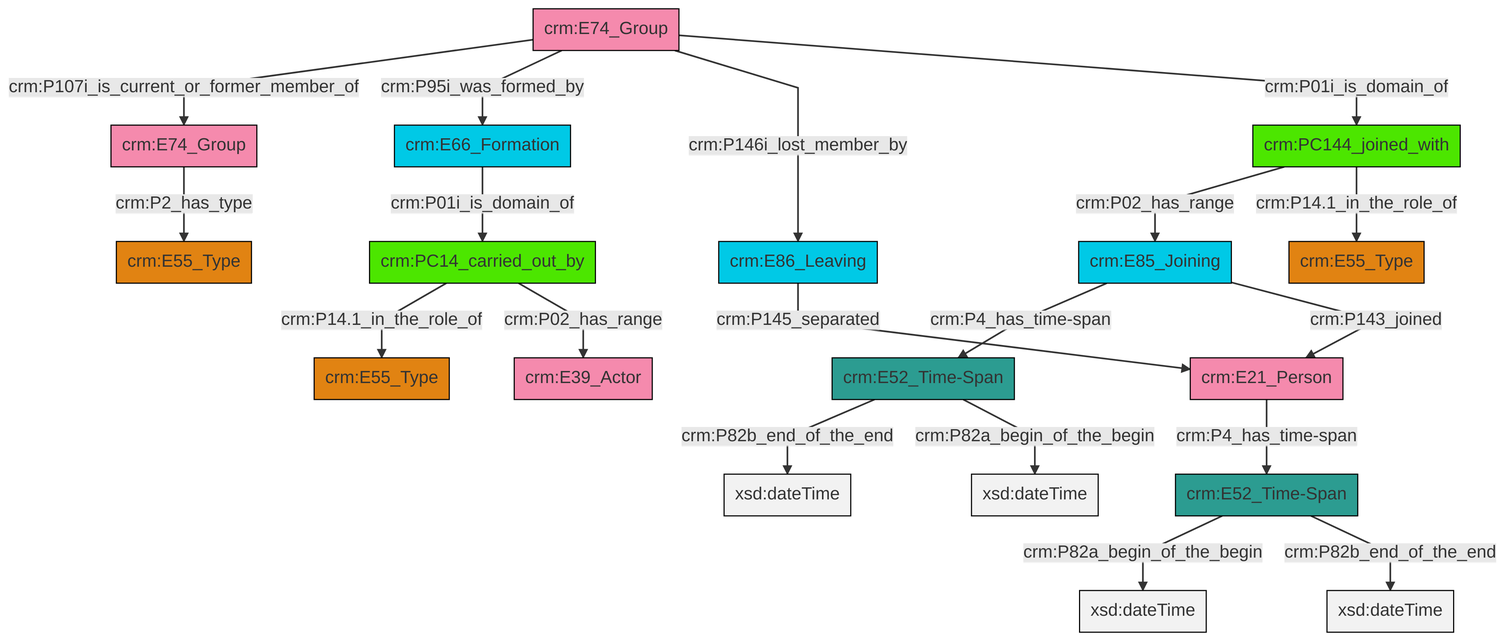
This is et/groupCSV/ttl/mmd/png/group_actor_relations.png from swiss-art-research-net/docs.swissartresearch, a Mermaid export, as it was before one commit. Its source is kept beside it as et/groupCSV/ttl/mmd/group_actor_relations.ttl.mmd.
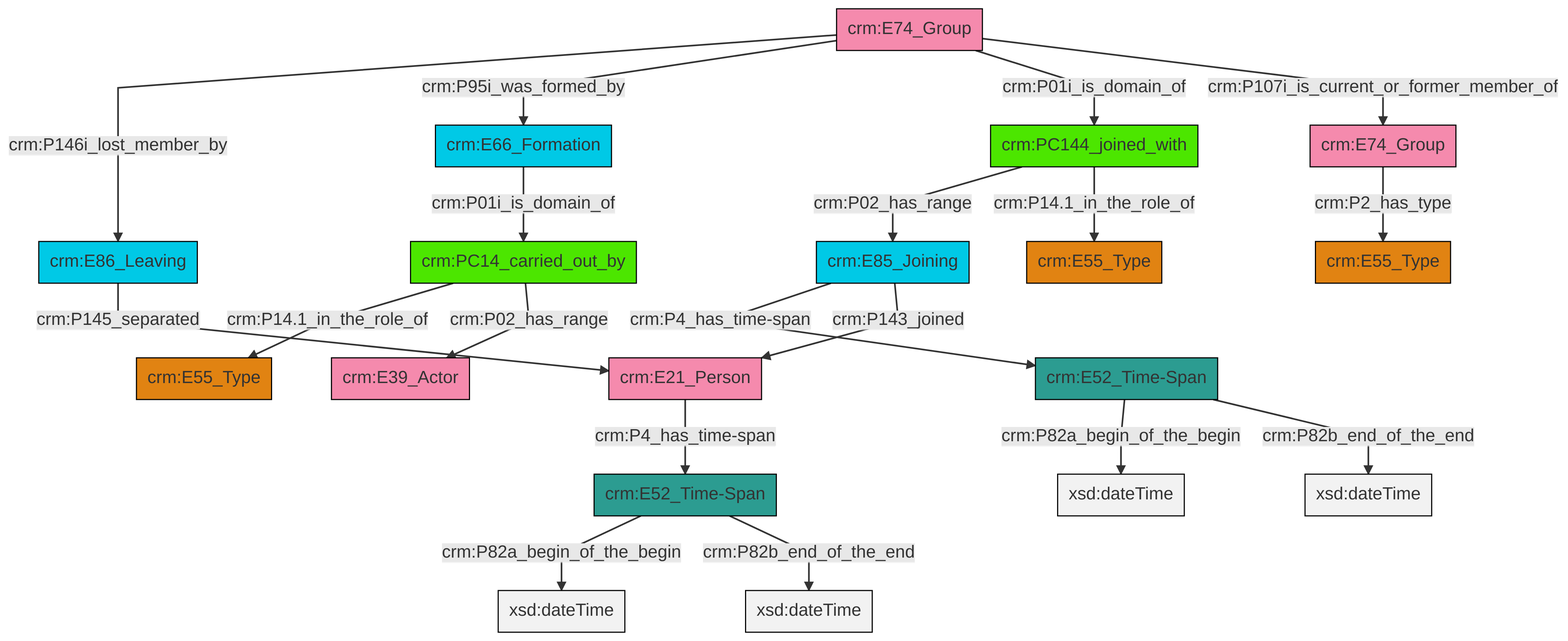
The same file after the commit.

Change to the diagram source:
```diff
@@ -13,21 +13,21 @@
 classDef PC_Classes fill:#4ce600, stroke:#000000;
 classDef Multi fill:#cccccc,stroke:#000000;
 
-4["crm:PC14_carried_out_by"]:::PC_Classes -->|crm:P14.1_in_the_role_of| 8["crm:E55_Type"]:::Type
-9["crm:E74_Group"]:::Actor -->|crm:P107i_is_current_or_former_member_of| 0["crm:E74_Group"]:::Actor
-6["crm:E52_Time-Span"]:::Time-Span -->|crm:P82a_begin_of_the_begin| 12[xsd:dateTime]:::Literal
-13["crm:E52_Time-Span"]:::Time-Span -->|crm:P82b_end_of_the_end| 14[xsd:dateTime]:::Literal
-9["crm:E74_Group"]:::Actor -->|crm:P95i_was_formed_by| 2["crm:E66_Formation"]:::Temporal_Entity
-19["crm:E21_Person"]:::Actor -->|crm:P4_has_time-span| 6["crm:E52_Time-Span"]:::Time-Span
-9["crm:E74_Group"]:::Actor -->|crm:P146i_lost_member_by| 10["crm:E86_Leaving"]:::Temporal_Entity
-2["crm:E66_Formation"]:::Temporal_Entity -->|crm:P01i_is_domain_of| 4["crm:PC14_carried_out_by"]:::PC_Classes
-25["crm:E85_Joining"]:::Temporal_Entity -->|crm:P4_has_time-span| 13["crm:E52_Time-Span"]:::Time-Span
-27["crm:PC144_joined_with"]:::PC_Classes -->|crm:P02_has_range| 25["crm:E85_Joining"]:::Temporal_Entity
-13["crm:E52_Time-Span"]:::Time-Span -->|crm:P82a_begin_of_the_begin| 28[xsd:dateTime]:::Literal
-25["crm:E85_Joining"]:::Temporal_Entity -->|crm:P143_joined| 19["crm:E21_Person"]:::Actor
-9["crm:E74_Group"]:::Actor -->|crm:P01i_is_domain_of| 27["crm:PC144_joined_with"]:::PC_Classes
-6["crm:E52_Time-Span"]:::Time-Span -->|crm:P82b_end_of_the_end| 30[xsd:dateTime]:::Literal
-27["crm:PC144_joined_with"]:::PC_Classes -->|crm:P14.1_in_the_role_of| 16["crm:E55_Type"]:::Type
-10["crm:E86_Leaving"]:::Temporal_Entity -->|crm:P145_separated| 19["crm:E21_Person"]:::Actor
-0["crm:E74_Group"]:::Actor -->|crm:P2_has_type| 22["crm:E55_Type"]:::Type
-4["crm:PC14_carried_out_by"]:::PC_Classes -->|crm:P02_has_range| 20["crm:E39_Actor"]:::Actor
+2["crm:PC14_carried_out_by"]:::PC_Classes -->|crm:P14.1_in_the_role_of| 3["crm:E55_Type"]:::Type
+8["crm:E85_Joining"]:::Temporal_Entity -->|crm:P4_has_time-span| 9["crm:E52_Time-Span"]:::Time-Span
+4["crm:E74_Group"]:::Actor -->|crm:P146i_lost_member_by| 6["crm:E86_Leaving"]:::Temporal_Entity
+4["crm:E74_Group"]:::Actor -->|crm:P95i_was_formed_by| 10["crm:E66_Formation"]:::Temporal_Entity
+11["crm:PC144_joined_with"]:::PC_Classes -->|crm:P02_has_range| 8["crm:E85_Joining"]:::Temporal_Entity
+9["crm:E52_Time-Span"]:::Time-Span -->|crm:P82a_begin_of_the_begin| 12[xsd:dateTime]:::Literal
+4["crm:E74_Group"]:::Actor -->|crm:P01i_is_domain_of| 11["crm:PC144_joined_with"]:::PC_Classes
+17["crm:E21_Person"]:::Actor -->|crm:P4_has_time-span| 18["crm:E52_Time-Span"]:::Time-Span
+18["crm:E52_Time-Span"]:::Time-Span -->|crm:P82a_begin_of_the_begin| 19[xsd:dateTime]:::Literal
+21["crm:E74_Group"]:::Actor -->|crm:P2_has_type| 0["crm:E55_Type"]:::Type
+4["crm:E74_Group"]:::Actor -->|crm:P107i_is_current_or_former_member_of| 21["crm:E74_Group"]:::Actor
+2["crm:PC14_carried_out_by"]:::PC_Classes -->|crm:P02_has_range| 15["crm:E39_Actor"]:::Actor
+9["crm:E52_Time-Span"]:::Time-Span -->|crm:P82b_end_of_the_end| 24[xsd:dateTime]:::Literal
+18["crm:E52_Time-Span"]:::Time-Span -->|crm:P82b_end_of_the_end| 25[xsd:dateTime]:::Literal
+6["crm:E86_Leaving"]:::Temporal_Entity -->|crm:P145_separated| 17["crm:E21_Person"]:::Actor
+11["crm:PC144_joined_with"]:::PC_Classes -->|crm:P14.1_in_the_role_of| 27["crm:E55_Type"]:::Type
+8["crm:E85_Joining"]:::Temporal_Entity -->|crm:P143_joined| 17["crm:E21_Person"]:::Actor
+10["crm:E66_Formation"]:::Temporal_Entity -->|crm:P01i_is_domain_of| 2["crm:PC14_carried_out_by"]:::PC_Classes
```
